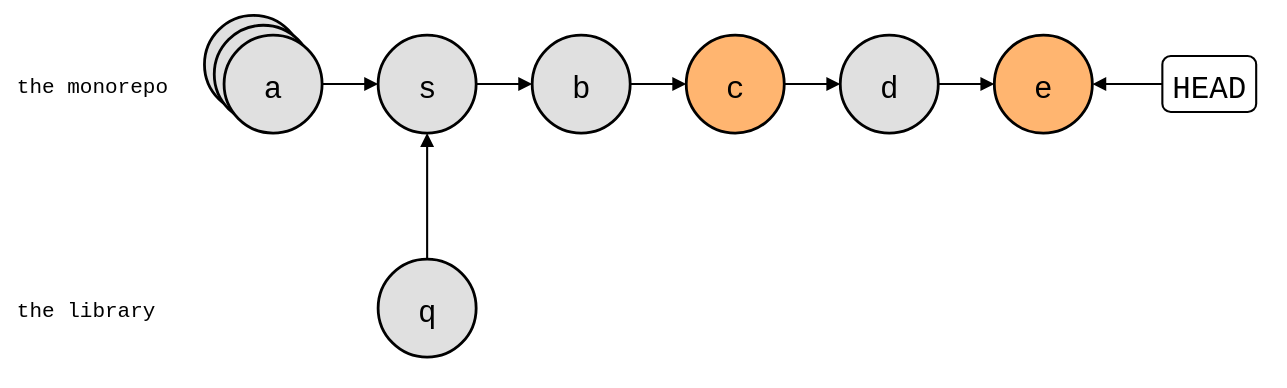
This is test/comparisons/git-subtree-split-walks.drawio.svg from roschaefer/git-splice, a draw.io export, as it was before one commit. Source tidied: cells renumbered, new cells last; positions are measured from the earlier drawing's top-left corner, leaving out a move shared by most shapes.
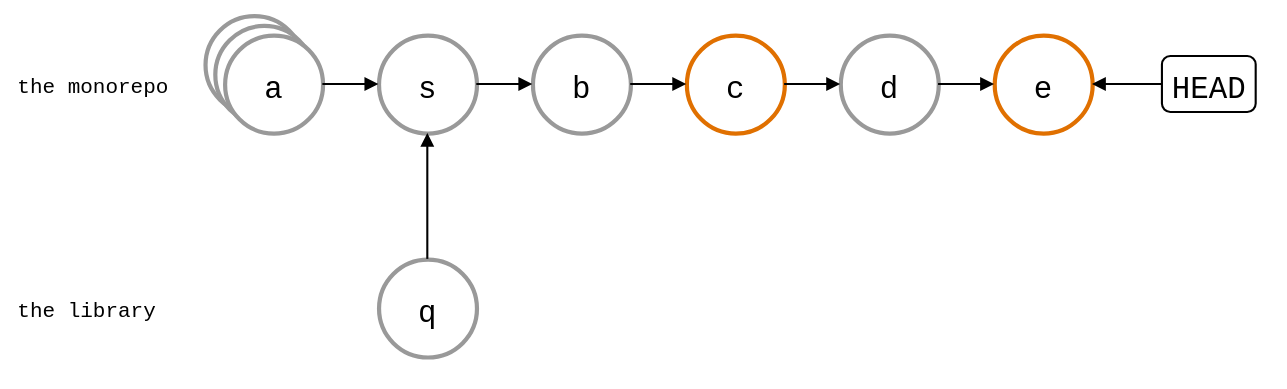
Later version of the same file.

The edit, as a diff of the source:
```diff
@@ -8,31 +8,31 @@
     <mxCell id="3" value="the library" style="text;strokeColor=none;fillColor=none;align=left;verticalAlign=middle;fontSize=15;fontFamily=Roboto Mono,monospace;" parent="1" vertex="1">
       <mxGeometry y="194" width="130" height="30" as="geometry" />
     </mxCell>
-    <mxCell id="4" style="shape=ellipse;strokeWidth=2;fontSize=22;fontFamily=Roboto Mono,monospace;fillColor=#E0E0E0;" parent="1" vertex="1">
+    <mxCell id="4" style="shape=ellipse;fontSize=22;fontFamily=Roboto Mono,monospace;strokeColor=#999999;strokeWidth=3;" parent="1" vertex="1">
       <mxGeometry x="136" width="70" height="70" as="geometry" />
     </mxCell>
-    <mxCell id="5" style="shape=ellipse;strokeWidth=2;fontSize=22;fontFamily=Roboto Mono,monospace;fillColor=#E0E0E0;" parent="1" vertex="1">
+    <mxCell id="5" style="shape=ellipse;fontSize=22;fontFamily=Roboto Mono,monospace;strokeColor=#999999;strokeWidth=3;" parent="1" vertex="1">
       <mxGeometry x="143" y="7" width="70" height="70" as="geometry" />
     </mxCell>
-    <mxCell id="6" value="a" style="ellipse;strokeWidth=2;fontSize=22;fontFamily=Roboto Mono,monospace;fillColor=#E0E0E0;" parent="1" vertex="1">
+    <mxCell id="6" value="a" style="ellipse;fontSize=22;fontFamily=Roboto Mono,monospace;strokeColor=#999999;strokeWidth=3;" parent="1" vertex="1">
       <mxGeometry x="150" y="14" width="70" height="70" as="geometry" />
     </mxCell>
-    <mxCell id="7" value="s" style="ellipse;strokeWidth=2;fontSize=22;fontFamily=Roboto Mono,monospace;fillColor=#E0E0E0;" parent="1" vertex="1">
+    <mxCell id="7" value="s" style="ellipse;fontSize=22;fontFamily=Roboto Mono,monospace;strokeColor=#999999;strokeWidth=3;" parent="1" vertex="1">
       <mxGeometry x="260" y="14" width="70" height="70" as="geometry" />
     </mxCell>
-    <mxCell id="8" value="b" style="ellipse;strokeWidth=2;fontSize=22;fontFamily=Roboto Mono,monospace;fillColor=#E0E0E0;" parent="1" vertex="1">
+    <mxCell id="8" value="b" style="ellipse;fontSize=22;fontFamily=Roboto Mono,monospace;strokeColor=#999999;strokeWidth=3;" parent="1" vertex="1">
       <mxGeometry x="370" y="14" width="70" height="70" as="geometry" />
     </mxCell>
-    <mxCell id="9" value="c" style="ellipse;strokeWidth=2;fontSize=22;fontFamily=Roboto Mono,monospace;fillColor=#FFB570;" parent="1" vertex="1">
+    <mxCell id="9" value="c" style="ellipse;fontSize=22;fontFamily=Roboto Mono,monospace;strokeColor=#E07000;strokeWidth=3;" parent="1" vertex="1">
       <mxGeometry x="480" y="14" width="70" height="70" as="geometry" />
     </mxCell>
-    <mxCell id="10" value="d" style="ellipse;strokeWidth=2;fontSize=22;fontFamily=Roboto Mono,monospace;fillColor=#E0E0E0;" parent="1" vertex="1">
+    <mxCell id="10" value="d" style="ellipse;fontSize=22;fontFamily=Roboto Mono,monospace;strokeColor=#999999;strokeWidth=3;" parent="1" vertex="1">
       <mxGeometry x="590" y="14" width="70" height="70" as="geometry" />
     </mxCell>
-    <mxCell id="11" value="e" style="ellipse;strokeWidth=2;fontSize=22;fontFamily=Roboto Mono,monospace;fillColor=#FFB570;" parent="1" vertex="1">
+    <mxCell id="11" value="e" style="ellipse;fontSize=22;fontFamily=Roboto Mono,monospace;strokeColor=#E07000;strokeWidth=3;" parent="1" vertex="1">
       <mxGeometry x="700" y="14" width="70" height="70" as="geometry" />
     </mxCell>
-    <mxCell id="12" value="q" style="ellipse;strokeWidth=2;fontSize=22;fontFamily=Roboto Mono,monospace;fillColor=#E0E0E0;" parent="1" vertex="1">
+    <mxCell id="12" value="q" style="ellipse;fontSize=22;fontFamily=Roboto Mono,monospace;strokeColor=#999999;strokeWidth=3;" parent="1" vertex="1">
       <mxGeometry x="260" y="174" width="70" height="70" as="geometry" />
     </mxCell>
     <mxCell id="13" value="HEAD" style="rounded=1;strokeWidth=1.5;fontSize=22;fontFamily=Roboto Mono,monospace;" parent="1" vertex="1">
```
